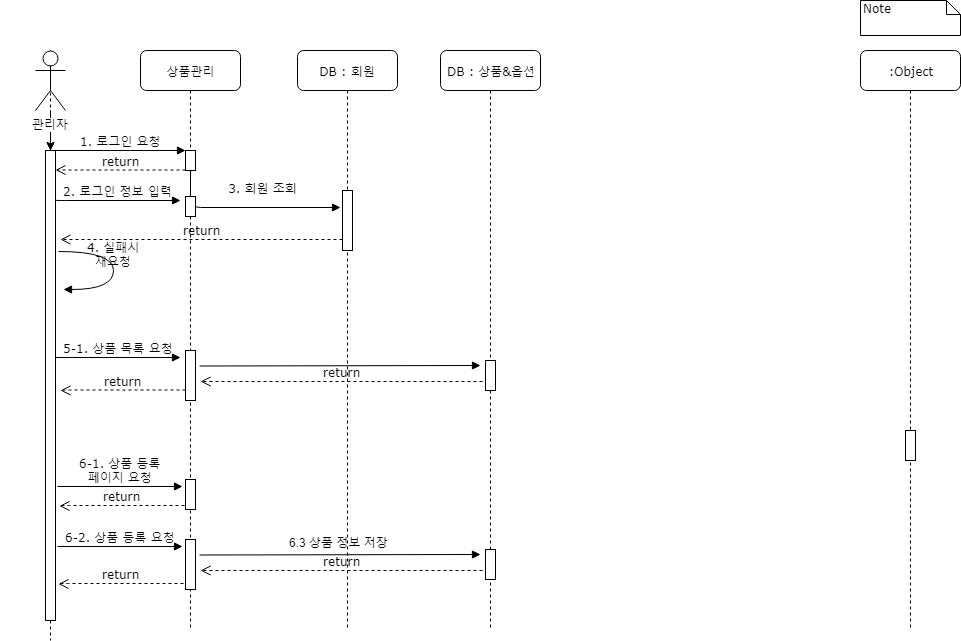
Before: 1.다이어그램 & erd/img/sequence/관리자.png, a diagram exported from draw.io (hanseonghye/ShoppingmallProject). Source tidied: cells renumbered, new cells last; positions are measured from the earlier drawing's top-left corner, leaving out a move shared by most shapes. Its diagram source:
```xml
<mxGraphModel background="#ffffff">
  <root>
    <mxCell id="0" />
    <mxCell id="1" parent="0" />
    <mxCell id="2" value="&amp;nbsp;3. 회원 조회" style="html=1;verticalAlign=bottom;endArrow=block;labelBackgroundColor=none;fontFamily=Verdana;fontSize=12;edgeStyle=elbowEdgeStyle;elbow=vertical;" parent="1" edge="1">
      <mxGeometry x="0.16" y="10" relative="1" as="geometry">
        <mxPoint x="190" y="167" as="sourcePoint" />
        <mxPoint x="340" y="207" as="targetPoint" />
        <Array as="points">
          <mxPoint x="300" y="207" />
        </Array>
      </mxGeometry>
    </mxCell>
    <mxCell id="3" value="상품관리" style="shape=umlLifeline;perimeter=lifelinePerimeter;whiteSpace=wrap;html=1;rounded=1;shadow=0;comic=0;labelBackgroundColor=none;strokeColor=#000000;strokeWidth=1;fillColor=#FFFFFF;fontFamily=Verdana;fontSize=12;fontColor=#000000;align=center;" parent="1" vertex="1">
      <mxGeometry x="140" y="50" width="100" height="580" as="geometry" />
    </mxCell>
    <mxCell id="4" style="html=1;points=[];perimeter=orthogonalPerimeter;rounded=0;shadow=0;comic=0;labelBackgroundColor=none;strokeColor=#000000;strokeWidth=1;fillColor=#FFFFFF;fontFamily=Verdana;fontSize=12;fontColor=#000000;align=center;" parent="3" vertex="1">
      <mxGeometry x="45" y="100" width="10" height="20" as="geometry" />
    </mxCell>
    <mxCell id="5" style="html=1;perimeter=orthogonalPerimeter;rounded=0;shadow=0;comic=0;labelBackgroundColor=none;strokeColor=#000000;strokeWidth=1;fillColor=#FFFFFF;fontFamily=Verdana;fontSize=12;fontColor=#000000;align=center;" parent="3" vertex="1">
      <mxGeometry x="45" y="300" width="10" height="50" as="geometry" />
    </mxCell>
    <mxCell id="6" style="html=1;perimeter=orthogonalPerimeter;rounded=0;shadow=0;comic=0;labelBackgroundColor=none;strokeColor=#000000;strokeWidth=1;fillColor=#FFFFFF;fontFamily=Verdana;fontSize=12;fontColor=#000000;align=center;" parent="3" vertex="1">
      <mxGeometry x="45" y="146" width="10" height="20" as="geometry" />
    </mxCell>
    <mxCell id="7" style="html=1;perimeter=orthogonalPerimeter;rounded=0;shadow=0;comic=0;labelBackgroundColor=none;strokeColor=#000000;strokeWidth=1;fillColor=#FFFFFF;fontFamily=Verdana;fontSize=12;fontColor=#000000;align=center;" parent="3" vertex="1">
      <mxGeometry x="45" y="429" width="10" height="30" as="geometry" />
    </mxCell>
    <mxCell id="8" value="6-1. 상품 등록&lt;br&gt;페이지 요청" style="html=1;verticalAlign=bottom;endArrow=block;labelBackgroundColor=none;fontFamily=Verdana;fontSize=12;" parent="3" edge="1">
      <mxGeometry relative="1" as="geometry">
        <mxPoint x="-83" y="436" as="sourcePoint" />
        <mxPoint x="42" y="436" as="targetPoint" />
      </mxGeometry>
    </mxCell>
    <mxCell id="9" value="DB : 회원" style="shape=umlLifeline;perimeter=lifelinePerimeter;whiteSpace=wrap;html=1;rounded=1;shadow=0;comic=0;labelBackgroundColor=none;strokeColor=#000000;strokeWidth=1;fillColor=#FFFFFF;fontFamily=Verdana;fontSize=12;fontColor=#000000;align=center;" parent="1" vertex="1">
      <mxGeometry x="297" y="50" width="100" height="580" as="geometry" />
    </mxCell>
    <mxCell id="10" style="html=1;perimeter=orthogonalPerimeter;rounded=0;shadow=0;comic=0;labelBackgroundColor=none;strokeColor=#000000;strokeWidth=1;fillColor=#FFFFFF;fontFamily=Verdana;fontSize=12;fontColor=#000000;align=center;" parent="9" vertex="1">
      <mxGeometry x="45" y="140" width="10" height="60" as="geometry" />
    </mxCell>
    <mxCell id="11" value="DB : 상품&amp;amp;옵션" style="shape=umlLifeline;perimeter=lifelinePerimeter;whiteSpace=wrap;html=1;rounded=1;shadow=0;comic=0;labelBackgroundColor=none;strokeColor=#000000;strokeWidth=1;fillColor=#FFFFFF;fontFamily=Verdana;fontSize=12;fontColor=#000000;align=center;" parent="1" vertex="1">
      <mxGeometry x="440" y="50" width="100" height="580" as="geometry" />
    </mxCell>
    <mxCell id="12" value=":Object" style="shape=umlLifeline;perimeter=lifelinePerimeter;whiteSpace=wrap;html=1;rounded=1;shadow=0;comic=0;labelBackgroundColor=none;strokeColor=#000000;strokeWidth=1;fillColor=#FFFFFF;fontFamily=Verdana;fontSize=12;fontColor=#000000;align=center;" parent="1" vertex="1">
      <mxGeometry x="860" y="50" width="100" height="580" as="geometry" />
    </mxCell>
    <mxCell id="13" style="shape=umlLifeline;perimeter=lifelinePerimeter;whiteSpace=wrap;html=1;rounded=1;shadow=0;comic=0;labelBackgroundColor=none;strokeColor=#000000;strokeWidth=1;fillColor=#FFFFFF;fontFamily=Verdana;fontSize=12;fontColor=#000000;align=center;size=0;" parent="1" vertex="1">
      <mxGeometry y="50" width="100" height="590" as="geometry" />
    </mxCell>
    <mxCell id="14" style="html=1;points=[];perimeter=orthogonalPerimeter;rounded=0;shadow=0;comic=0;labelBackgroundColor=none;strokeColor=#000000;strokeWidth=1;fillColor=#FFFFFF;fontFamily=Verdana;fontSize=12;fontColor=#000000;align=center;" parent="13" vertex="1">
      <mxGeometry x="45" y="100" width="10" height="470" as="geometry" />
    </mxCell>
    <mxCell id="15" style="edgeStyle=orthogonalEdgeStyle;rounded=0;jettySize=auto;html=1;" parent="13" edge="1" source="17" target="14">
      <mxGeometry relative="1" as="geometry" />
    </mxCell>
    <mxCell id="16" style="edgeStyle=orthogonalEdgeStyle;rounded=0;jettySize=auto;html=1;" parent="13" edge="1" source="17" target="14">
      <mxGeometry relative="1" as="geometry" />
    </mxCell>
    <mxCell id="17" value="관리자" style="shape=umlActor;verticalLabelPosition=bottom;labelBackgroundColor=#ffffff;verticalAlign=top;html=1;outlineConnect=0;" parent="13" vertex="1">
      <mxGeometry x="35" width="30" height="60" as="geometry" />
    </mxCell>
    <mxCell id="18" style="html=1;perimeter=orthogonalPerimeter;rounded=0;shadow=0;comic=0;labelBackgroundColor=none;strokeColor=#000000;strokeWidth=1;fillColor=#FFFFFF;fontFamily=Verdana;fontSize=12;fontColor=#000000;align=center;" parent="1" vertex="1">
      <mxGeometry x="485" y="360" width="10" height="30" as="geometry" />
    </mxCell>
    <mxCell id="19" value="5-1. 상품 목록 요청" style="html=1;verticalAlign=bottom;endArrow=block;labelBackgroundColor=none;fontFamily=Verdana;fontSize=12;" parent="1" edge="1">
      <mxGeometry relative="1" as="geometry">
        <mxPoint x="55" y="357" as="sourcePoint" />
        <mxPoint x="180" y="357" as="targetPoint" />
      </mxGeometry>
    </mxCell>
    <mxCell id="20" style="html=1;perimeter=orthogonalPerimeter;rounded=0;shadow=0;comic=0;labelBackgroundColor=none;strokeColor=#000000;strokeWidth=1;fillColor=#FFFFFF;fontFamily=Verdana;fontSize=12;fontColor=#000000;align=center;" parent="1" vertex="1">
      <mxGeometry x="905" y="430" width="10" height="30" as="geometry" />
    </mxCell>
    <mxCell id="21" value="1. 로그인 요청" style="html=1;verticalAlign=bottom;endArrow=block;entryX=0;entryY=0;labelBackgroundColor=none;fontFamily=Verdana;fontSize=12;edgeStyle=elbowEdgeStyle;elbow=vertical;" parent="1" edge="1" source="14" target="4">
      <mxGeometry relative="1" as="geometry" />
    </mxCell>
    <mxCell id="22" value="Note" style="shape=note;whiteSpace=wrap;html=1;size=14;verticalAlign=top;align=left;spacingTop=-6;rounded=0;shadow=0;comic=0;labelBackgroundColor=none;strokeColor=#000000;strokeWidth=1;fillColor=#FFFFFF;fontFamily=Verdana;fontSize=12;fontColor=#000000;" parent="1" vertex="1">
      <mxGeometry x="860" width="100" height="35" as="geometry" />
    </mxCell>
    <mxCell id="23" value="return" style="html=1;verticalAlign=bottom;endArrow=open;dashed=1;endSize=8;labelBackgroundColor=none;fontFamily=Verdana;fontSize=12;edgeStyle=elbowEdgeStyle;elbow=vertical;" parent="1" edge="1">
      <mxGeometry relative="1" as="geometry">
        <mxPoint x="185" y="169.5" as="sourcePoint" />
        <mxPoint x="55" y="169.5" as="targetPoint" />
        <Array as="points">
          <mxPoint x="130" y="169.5" />
          <mxPoint x="160" y="169.5" />
        </Array>
      </mxGeometry>
    </mxCell>
    <mxCell id="24" value="return" style="html=1;verticalAlign=bottom;endArrow=open;dashed=1;endSize=8;labelBackgroundColor=none;fontFamily=Verdana;fontSize=12;edgeStyle=elbowEdgeStyle;elbow=vertical;" parent="1" edge="1">
      <mxGeometry relative="1" as="geometry">
        <mxPoint x="342" y="239" as="sourcePoint" />
        <mxPoint x="60" y="239" as="targetPoint" />
        <Array as="points">
          <mxPoint x="287" y="239" />
          <mxPoint x="317" y="239" />
        </Array>
      </mxGeometry>
    </mxCell>
    <mxCell id="25" value="4. 실패시&lt;br&gt;재요청" style="html=1;verticalAlign=bottom;endArrow=block;labelBackgroundColor=none;fontFamily=Verdana;fontSize=12;elbow=vertical;edgeStyle=orthogonalEdgeStyle;curved=1;entryX=1;entryY=0.286;entryPerimeter=0;exitX=1.038;exitY=0.345;exitPerimeter=0;" parent="1" edge="1">
      <mxGeometry x="0.04" relative="1" as="geometry">
        <mxPoint x="58" y="251" as="sourcePoint" />
        <mxPoint x="63" y="289" as="targetPoint" />
        <Array as="points">
          <mxPoint x="113" y="251" />
          <mxPoint x="113" y="289" />
        </Array>
      </mxGeometry>
    </mxCell>
    <mxCell id="26" value="2. 로그인 정보 입력" style="html=1;verticalAlign=bottom;endArrow=block;labelBackgroundColor=none;fontFamily=Verdana;fontSize=12;edgeStyle=elbowEdgeStyle;elbow=vertical;" parent="1" edge="1">
      <mxGeometry relative="1" as="geometry">
        <mxPoint x="55" y="199.5" as="sourcePoint" />
        <mxPoint x="180" y="200" as="targetPoint" />
      </mxGeometry>
    </mxCell>
    <mxCell id="27" style="html=1;verticalAlign=bottom;endArrow=block;labelBackgroundColor=none;fontFamily=Verdana;fontSize=12;" parent="1" edge="1">
      <mxGeometry relative="1" as="geometry">
        <mxPoint x="199" y="365.5" as="sourcePoint" />
        <mxPoint x="480" y="365" as="targetPoint" />
      </mxGeometry>
    </mxCell>
    <mxCell id="28" value="return" style="html=1;verticalAlign=bottom;endArrow=open;dashed=1;endSize=8;labelBackgroundColor=none;fontFamily=Verdana;fontSize=12;edgeStyle=elbowEdgeStyle;elbow=vertical;" parent="1" edge="1">
      <mxGeometry relative="1" as="geometry">
        <mxPoint x="482" y="381" as="sourcePoint" />
        <mxPoint x="200" y="381" as="targetPoint" />
        <Array as="points">
          <mxPoint x="427" y="381" />
          <mxPoint x="457" y="381" />
        </Array>
      </mxGeometry>
    </mxCell>
    <mxCell id="29" value="return" style="html=1;verticalAlign=bottom;endArrow=open;dashed=1;endSize=8;labelBackgroundColor=none;fontFamily=Verdana;fontSize=12;edgeStyle=elbowEdgeStyle;elbow=vertical;" parent="1" edge="1">
      <mxGeometry relative="1" as="geometry">
        <mxPoint x="185" y="389.5" as="sourcePoint" />
        <mxPoint x="60" y="390" as="targetPoint" />
        <Array as="points">
          <mxPoint x="95" y="389.5" />
          <mxPoint x="175" y="389.5" />
          <mxPoint x="145" y="379.5" />
          <mxPoint x="35" y="349.5" />
          <mxPoint x="372" y="363.5" />
          <mxPoint x="402" y="363.5" />
        </Array>
      </mxGeometry>
    </mxCell>
    <mxCell id="30" value="return" style="html=1;verticalAlign=bottom;endArrow=open;dashed=1;endSize=8;labelBackgroundColor=none;fontFamily=Verdana;fontSize=12;edgeStyle=elbowEdgeStyle;elbow=vertical;" parent="1" edge="1">
      <mxGeometry relative="1" as="geometry">
        <mxPoint x="184" y="505" as="sourcePoint" />
        <mxPoint x="59" y="505.5" as="targetPoint" />
        <Array as="points">
          <mxPoint x="94" y="505" />
          <mxPoint x="174" y="505" />
          <mxPoint x="144" y="495" />
          <mxPoint x="34" y="465" />
          <mxPoint x="371" y="479" />
          <mxPoint x="401" y="479" />
        </Array>
      </mxGeometry>
    </mxCell>
    <mxCell id="31" style="html=1;perimeter=orthogonalPerimeter;rounded=0;shadow=0;comic=0;labelBackgroundColor=none;strokeColor=#000000;strokeWidth=1;fillColor=#FFFFFF;fontFamily=Verdana;fontSize=12;fontColor=#000000;align=center;" parent="1" vertex="1">
      <mxGeometry x="185" y="539" width="10" height="50" as="geometry" />
    </mxCell>
    <mxCell id="32" value="6-2. 상품 등록 요청" style="html=1;verticalAlign=bottom;endArrow=block;labelBackgroundColor=none;fontFamily=Verdana;fontSize=12;" parent="1" edge="1">
      <mxGeometry relative="1" as="geometry">
        <mxPoint x="57" y="546" as="sourcePoint" />
        <mxPoint x="182" y="546" as="targetPoint" />
      </mxGeometry>
    </mxCell>
    <mxCell id="33" value="return" style="html=1;verticalAlign=bottom;endArrow=open;dashed=1;endSize=8;labelBackgroundColor=none;fontFamily=Verdana;fontSize=12;edgeStyle=elbowEdgeStyle;elbow=vertical;" parent="1" edge="1">
      <mxGeometry relative="1" as="geometry">
        <mxPoint x="183" y="583" as="sourcePoint" />
        <mxPoint x="58" y="583.5" as="targetPoint" />
        <Array as="points">
          <mxPoint x="93" y="583" />
          <mxPoint x="173" y="583" />
          <mxPoint x="143" y="573" />
          <mxPoint x="33" y="543" />
          <mxPoint x="370" y="557" />
          <mxPoint x="400" y="557" />
        </Array>
      </mxGeometry>
    </mxCell>
    <mxCell id="34" style="html=1;perimeter=orthogonalPerimeter;rounded=0;shadow=0;comic=0;labelBackgroundColor=none;strokeColor=#000000;strokeWidth=1;fillColor=#FFFFFF;fontFamily=Verdana;fontSize=12;fontColor=#000000;align=center;" parent="1" vertex="1">
      <mxGeometry x="485" y="549" width="10" height="30" as="geometry" />
    </mxCell>
    <mxCell id="35" style="html=1;verticalAlign=bottom;endArrow=block;labelBackgroundColor=none;fontFamily=Verdana;fontSize=12;" parent="1" edge="1">
      <mxGeometry relative="1" as="geometry">
        <mxPoint x="199" y="554.5" as="sourcePoint" />
        <mxPoint x="480" y="554" as="targetPoint" />
      </mxGeometry>
    </mxCell>
    <mxCell id="36" value="return" style="html=1;verticalAlign=bottom;endArrow=open;dashed=1;endSize=8;labelBackgroundColor=none;fontFamily=Verdana;fontSize=12;edgeStyle=elbowEdgeStyle;elbow=vertical;" parent="1" edge="1">
      <mxGeometry relative="1" as="geometry">
        <mxPoint x="482" y="570" as="sourcePoint" />
        <mxPoint x="200" y="570" as="targetPoint" />
        <Array as="points">
          <mxPoint x="427" y="570" />
          <mxPoint x="457" y="570" />
        </Array>
      </mxGeometry>
    </mxCell>
    <mxCell id="37" value="6.3 상품 정보 저장" style="text;html=1;" parent="1" vertex="1">
      <mxGeometry x="287" y="529" width="130" height="30" as="geometry" />
    </mxCell>
  </root>
</mxGraphModel>
```
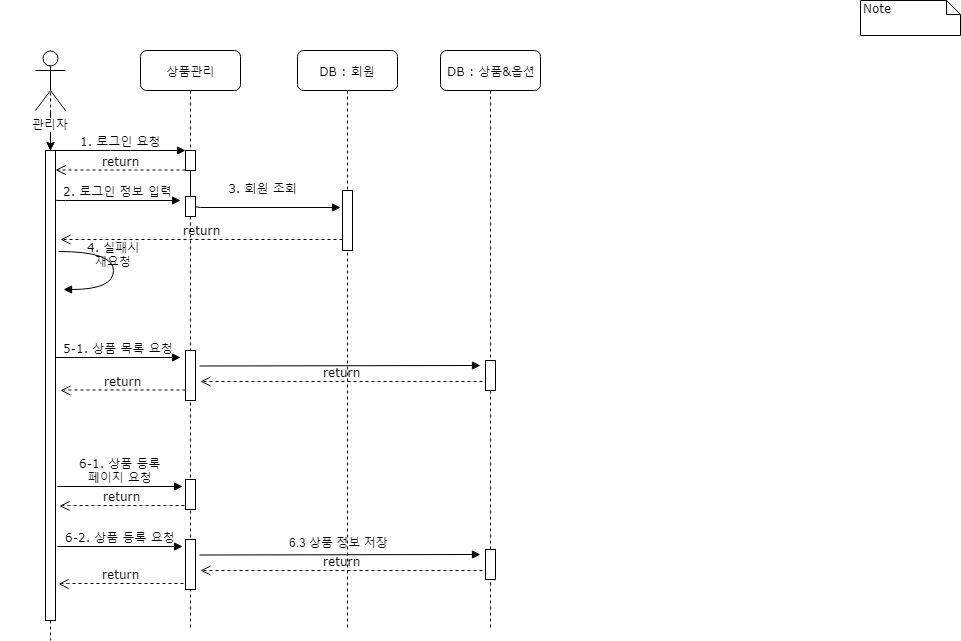
After the change.

The edit, as a diff of the source:
```diff
@@ -41,9 +41,6 @@
     <mxCell id="11" value="DB : 상품&amp;amp;옵션" style="shape=umlLifeline;perimeter=lifelinePerimeter;whiteSpace=wrap;html=1;rounded=1;shadow=0;comic=0;labelBackgroundColor=none;strokeColor=#000000;strokeWidth=1;fillColor=#FFFFFF;fontFamily=Verdana;fontSize=12;fontColor=#000000;align=center;" parent="1" vertex="1">
       <mxGeometry x="440" y="50" width="100" height="580" as="geometry" />
     </mxCell>
-    <mxCell id="12" value=":Object" style="shape=umlLifeline;perimeter=lifelinePerimeter;whiteSpace=wrap;html=1;rounded=1;shadow=0;comic=0;labelBackgroundColor=none;strokeColor=#000000;strokeWidth=1;fillColor=#FFFFFF;fontFamily=Verdana;fontSize=12;fontColor=#000000;align=center;" parent="1" vertex="1">
-      <mxGeometry x="860" y="50" width="100" height="580" as="geometry" />
-    </mxCell>
     <mxCell id="13" style="shape=umlLifeline;perimeter=lifelinePerimeter;whiteSpace=wrap;html=1;rounded=1;shadow=0;comic=0;labelBackgroundColor=none;strokeColor=#000000;strokeWidth=1;fillColor=#FFFFFF;fontFamily=Verdana;fontSize=12;fontColor=#000000;align=center;size=0;" parent="1" vertex="1">
       <mxGeometry y="50" width="100" height="590" as="geometry" />
     </mxCell>
@@ -68,9 +65,6 @@
         <mxPoint x="180" y="357" as="targetPoint" />
       </mxGeometry>
     </mxCell>
-    <mxCell id="20" style="html=1;perimeter=orthogonalPerimeter;rounded=0;shadow=0;comic=0;labelBackgroundColor=none;strokeColor=#000000;strokeWidth=1;fillColor=#FFFFFF;fontFamily=Verdana;fontSize=12;fontColor=#000000;align=center;" parent="1" vertex="1">
-      <mxGeometry x="905" y="430" width="10" height="30" as="geometry" />
-    </mxCell>
     <mxCell id="21" value="1. 로그인 요청" style="html=1;verticalAlign=bottom;endArrow=block;entryX=0;entryY=0;labelBackgroundColor=none;fontFamily=Verdana;fontSize=12;edgeStyle=elbowEdgeStyle;elbow=vertical;" parent="1" edge="1" source="14" target="4">
       <mxGeometry relative="1" as="geometry" />
     </mxCell>
```
